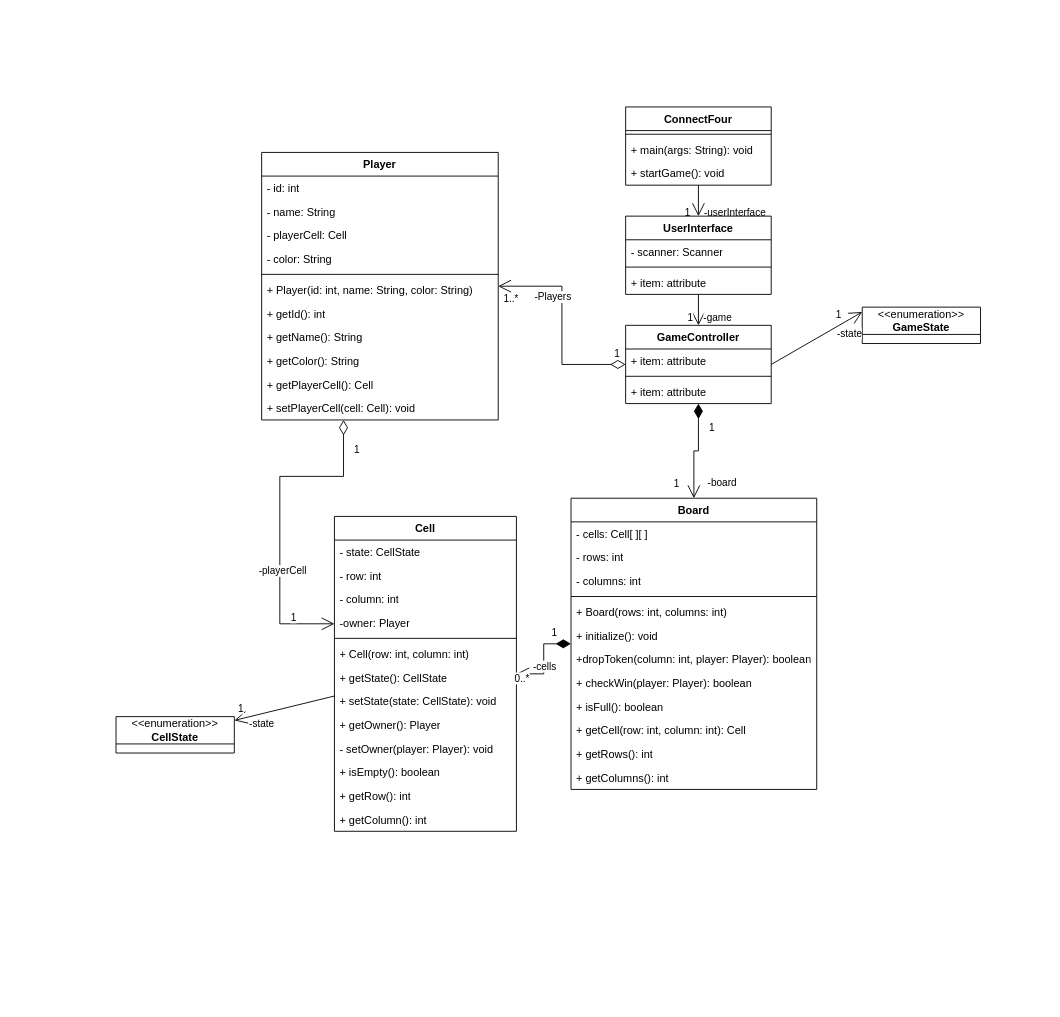
Above: ClassDiagram.drawio in rootofpower/konceptmodel (draw.io), before the change. Source tidied: cells renumbered, new cells numbered last; positions are measured from the earlier drawing's top-left corner, leaving out a move shared by most shapes. Both pictures are drawn from the tidied source at 91%, with x=0, y=0 at pixel (116, 106).
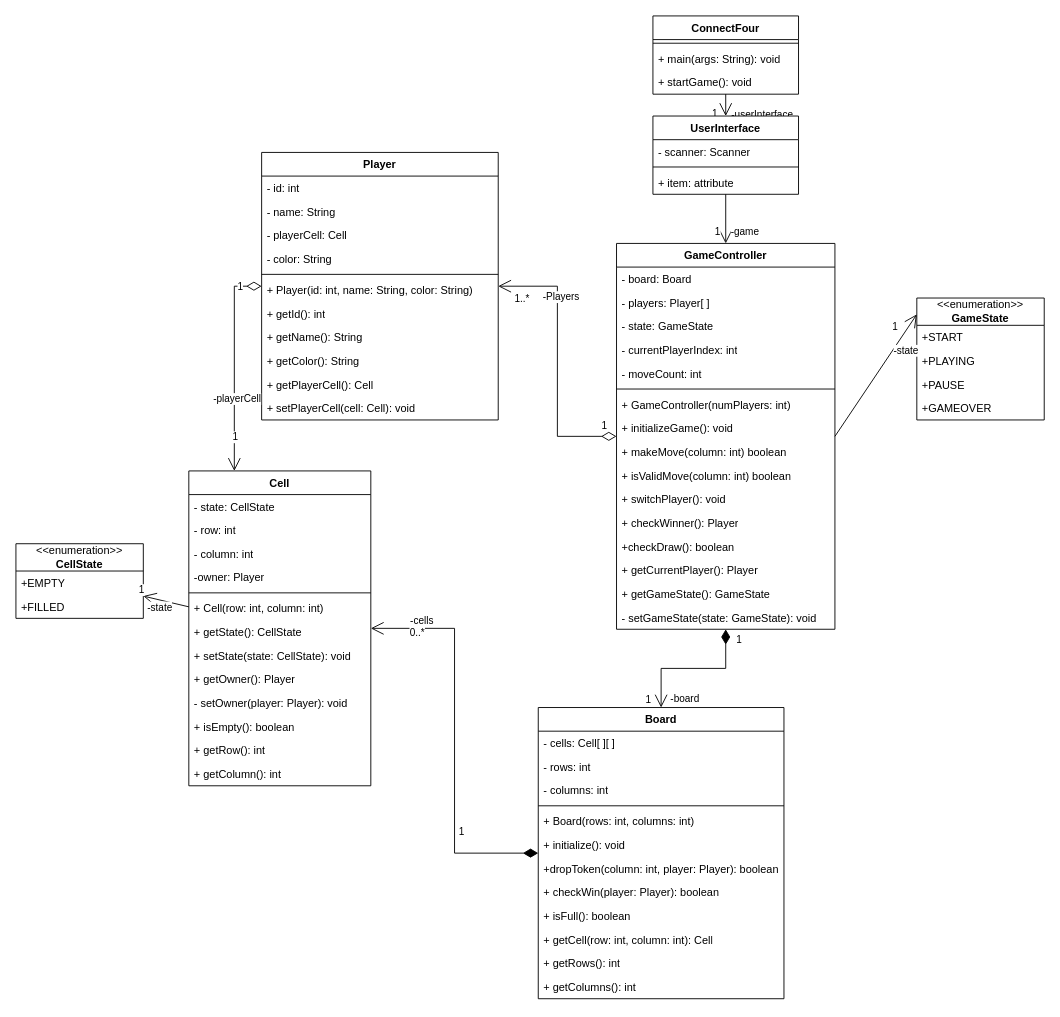
The same diagram, later.

Unchanged cells that the change refers to:
```xml
<mxCell id="33" value="Player" style="swimlane;fontStyle=1;align=center;verticalAlign=top;horizontal=1;startSize=26;whiteSpace=wrap;html=1;" parent="1" vertex="1">
  <mxGeometry x="160" y="50" width="260" height="294" as="geometry" />
</mxCell>
```

Diff of the diagram source:
```diff
@@
     <mxCell id="2" value="ConnectFour" style="swimlane;fontStyle=1;align=center;verticalAlign=top;horizontal=1;startSize=26;whiteSpace=wrap;html=1;" parent="1" vertex="1">
-      <mxGeometry x="560" width="160" height="86" as="geometry" />
+      <mxGeometry x="590" y="-100" width="160" height="86" as="geometry" />
     </mxCell>
@@
     <mxCell id="9" value="UserInterface" style="swimlane;fontStyle=1;align=center;verticalAlign=top;horizontal=1;startSize=26;whiteSpace=wrap;html=1;" parent="1" vertex="1">
-      <mxGeometry x="560" y="120" width="160" height="86" as="geometry" />
+      <mxGeometry x="590" y="10" width="160" height="86" as="geometry" />
     </mxCell>
@@
     <mxCell id="13" value="GameController" style="swimlane;fontStyle=1;align=center;verticalAlign=top;horizontal=1;startSize=26;whiteSpace=wrap;html=1;" parent="1" vertex="1">
-      <mxGeometry x="560" y="240" width="160" height="86" as="geometry" />
+      <mxGeometry x="550" y="150" width="240" height="424" as="geometry" />
     </mxCell>
-    <mxCell id="14" value="+ item: attribute" style="text;strokeColor=none;fillColor=none;align=left;verticalAlign=top;spacingLeft=4;spacingRight=4;overflow=hidden;whiteSpace=wrap;html=1;" parent="13" vertex="1">
-      <mxGeometry y="26" width="160" height="26" as="geometry" />
+    <mxCell id="14" value="- board: Board" style="text;strokeColor=none;fillColor=none;align=left;verticalAlign=top;spacingLeft=4;spacingRight=4;overflow=hidden;whiteSpace=wrap;html=1;" parent="13" vertex="1">
+      <mxGeometry y="26" width="240" height="26" as="geometry" />
     </mxCell>
+    <mxCell id="79" value="- players: Player[ ]" style="text;strokeColor=none;fillColor=none;align=left;verticalAlign=top;spacingLeft=4;spacingRight=4;overflow=hidden;whiteSpace=wrap;html=1;" parent="13" vertex="1">
+      <mxGeometry y="52" width="240" height="26" as="geometry" />
+    </mxCell>
+    <mxCell id="80" value="- state: GameState" style="text;strokeColor=none;fillColor=none;align=left;verticalAlign=top;spacingLeft=4;spacingRight=4;overflow=hidden;whiteSpace=wrap;html=1;" parent="13" vertex="1">
+      <mxGeometry y="78" width="240" height="26" as="geometry" />
+    </mxCell>
+    <mxCell id="81" value="- currentPlayerIndex: int" style="text;strokeColor=none;fillColor=none;align=left;verticalAlign=top;spacingLeft=4;spacingRight=4;overflow=hidden;whiteSpace=wrap;html=1;" parent="13" vertex="1">
+      <mxGeometry y="104" width="240" height="26" as="geometry" />
+    </mxCell>
+    <mxCell id="82" value="- moveCount: int" style="text;strokeColor=none;fillColor=none;align=left;verticalAlign=top;spacingLeft=4;spacingRight=4;overflow=hidden;whiteSpace=wrap;html=1;" parent="13" vertex="1">
+      <mxGeometry y="130" width="240" height="26" as="geometry" />
+    </mxCell>
     <mxCell id="15" style="line;strokeWidth=1;fillColor=none;align=left;verticalAlign=middle;spacingTop=-1;spacingLeft=3;spacingRight=3;labelPosition=right;strokeColor=inherit;" parent="13" vertex="1">
-      <mxGeometry y="52" width="160" height="8" as="geometry" />
+      <mxGeometry y="156" width="240" height="8" as="geometry" />
     </mxCell>
-    <mxCell id="16" value="+ item: attribute" style="text;strokeColor=none;fillColor=none;align=left;verticalAlign=top;spacingLeft=4;spacingRight=4;overflow=hidden;whiteSpace=wrap;html=1;" parent="13" vertex="1">
-      <mxGeometry y="60" width="160" height="26" as="geometry" />
+    <mxCell id="16" value="+ GameController(numPlayers: int)" style="text;strokeColor=none;fillColor=none;align=left;verticalAlign=top;spacingLeft=4;spacingRight=4;overflow=hidden;whiteSpace=wrap;html=1;" parent="13" vertex="1">
+      <mxGeometry y="164" width="240" height="26" as="geometry" />
     </mxCell>
+    <mxCell id="83" value="+ initializeGame(): void" style="text;strokeColor=none;fillColor=none;align=left;verticalAlign=top;spacingLeft=4;spacingRight=4;overflow=hidden;whiteSpace=wrap;html=1;" parent="13" vertex="1">
+      <mxGeometry y="190" width="240" height="26" as="geometry" />
+    </mxCell>
+    <mxCell id="84" value="+ makeMove(column: int) boolean" style="text;strokeColor=none;fillColor=none;align=left;verticalAlign=top;spacingLeft=4;spacingRight=4;overflow=hidden;whiteSpace=wrap;html=1;" parent="13" vertex="1">
+      <mxGeometry y="216" width="240" height="26" as="geometry" />
+    </mxCell>
+    <mxCell id="85" value="+ isValidMove(column: int) boolean" style="text;strokeColor=none;fillColor=none;align=left;verticalAlign=top;spacingLeft=4;spacingRight=4;overflow=hidden;whiteSpace=wrap;html=1;" parent="13" vertex="1">
+      <mxGeometry y="242" width="240" height="26" as="geometry" />
+    </mxCell>
+    <mxCell id="86" value="+ switchPlayer(): void" style="text;strokeColor=none;fillColor=none;align=left;verticalAlign=top;spacingLeft=4;spacingRight=4;overflow=hidden;whiteSpace=wrap;html=1;" parent="13" vertex="1">
+      <mxGeometry y="268" width="240" height="26" as="geometry" />
+    </mxCell>
+    <mxCell id="87" value="+ checkWinner(): Player" style="text;strokeColor=none;fillColor=none;align=left;verticalAlign=top;spacingLeft=4;spacingRight=4;overflow=hidden;whiteSpace=wrap;html=1;" parent="13" vertex="1">
+      <mxGeometry y="294" width="240" height="26" as="geometry" />
+    </mxCell>
+    <mxCell id="88" value="+checkDraw(): boolean" style="text;strokeColor=none;fillColor=none;align=left;verticalAlign=top;spacingLeft=4;spacingRight=4;overflow=hidden;whiteSpace=wrap;html=1;" parent="13" vertex="1">
+      <mxGeometry y="320" width="240" height="26" as="geometry" />
+    </mxCell>
+    <mxCell id="89" value="+ getCurrentPlayer(): Player" style="text;strokeColor=none;fillColor=none;align=left;verticalAlign=top;spacingLeft=4;spacingRight=4;overflow=hidden;whiteSpace=wrap;html=1;" parent="13" vertex="1">
+      <mxGeometry y="346" width="240" height="26" as="geometry" />
+    </mxCell>
+    <mxCell id="90" value="+ getGameState(): GameState" style="text;strokeColor=none;fillColor=none;align=left;verticalAlign=top;spacingLeft=4;spacingRight=4;overflow=hidden;whiteSpace=wrap;html=1;" parent="13" vertex="1">
+      <mxGeometry y="372" width="240" height="26" as="geometry" />
+    </mxCell>
+    <mxCell id="91" value="- setGameState(state: GameState): void" style="text;strokeColor=none;fillColor=none;align=left;verticalAlign=top;spacingLeft=4;spacingRight=4;overflow=hidden;whiteSpace=wrap;html=1;" parent="13" vertex="1">
+      <mxGeometry y="398" width="240" height="26" as="geometry" />
+    </mxCell>
@@
     <mxCell id="20" value="Board" style="swimlane;fontStyle=1;align=center;verticalAlign=top;horizontal=1;startSize=26;whiteSpace=wrap;html=1;" parent="1" vertex="1">
-      <mxGeometry x="500" y="430" width="270" height="320" as="geometry" />
+      <mxGeometry x="464" y="660" width="270" height="320" as="geometry" />
     </mxCell>
@@
-    <mxCell id="45" value="&amp;lt;&amp;lt;enumeration&amp;gt;&amp;gt;&lt;br&gt;&lt;b&gt;GameState&lt;/b&gt;" style="swimlane;fontStyle=0;horizontal=1;startSize=30;fillColor=none;whiteSpace=wrap;html=1;" parent="1" vertex="1" collapsed="1">
-      <mxGeometry x="820" y="220" width="130" height="40" as="geometry" />
+    <mxCell id="45" value="&amp;lt;&amp;lt;enumeration&amp;gt;&amp;gt;&lt;br&gt;&lt;b&gt;GameState&lt;/b&gt;" style="swimlane;fontStyle=0;horizontal=1;startSize=30;fillColor=none;whiteSpace=wrap;html=1;" parent="1" vertex="1">
+      <mxGeometry x="880" y="210" width="140" height="134" as="geometry" />
     </mxCell>
+    <mxCell id="92" value="+START" style="text;strokeColor=none;fillColor=none;align=left;verticalAlign=top;spacingLeft=4;spacingRight=4;overflow=hidden;whiteSpace=wrap;html=1;" parent="45" vertex="1">
+      <mxGeometry y="30" width="140" height="26" as="geometry" />
+    </mxCell>
+    <mxCell id="93" value="+PLAYING" style="text;strokeColor=none;fillColor=none;align=left;verticalAlign=top;spacingLeft=4;spacingRight=4;overflow=hidden;whiteSpace=wrap;html=1;" parent="45" vertex="1">
+      <mxGeometry y="56" width="140" height="26" as="geometry" />
+    </mxCell>
+    <mxCell id="94" value="+PAUSE" style="text;strokeColor=none;fillColor=none;align=left;verticalAlign=top;spacingLeft=4;spacingRight=4;overflow=hidden;whiteSpace=wrap;html=1;" parent="45" vertex="1">
+      <mxGeometry y="82" width="140" height="26" as="geometry" />
+    </mxCell>
+    <mxCell id="95" value="+GAMEOVER" style="text;strokeColor=none;fillColor=none;align=left;verticalAlign=top;spacingLeft=4;spacingRight=4;overflow=hidden;whiteSpace=wrap;html=1;" parent="45" vertex="1">
+      <mxGeometry y="108" width="140" height="26" as="geometry" />
+    </mxCell>
@@
     <mxCell id="49" value="Cell" style="swimlane;fontStyle=1;align=center;verticalAlign=top;horizontal=1;startSize=26;whiteSpace=wrap;html=1;" parent="1" vertex="1">
-      <mxGeometry x="240" y="450" width="200" height="346" as="geometry" />
+      <mxGeometry x="80" y="400" width="200" height="346" as="geometry" />
     </mxCell>
@@
-    <mxCell id="66" value="&amp;lt;&amp;lt;enumeration&amp;gt;&amp;gt;&lt;br&gt;&lt;b&gt;CellState&lt;/b&gt;" style="swimlane;fontStyle=0;horizontal=1;startSize=30;fillColor=none;whiteSpace=wrap;html=1;" parent="1" vertex="1" collapsed="1">
-      <mxGeometry y="670" width="130" height="40" as="geometry" />
+    <mxCell id="66" value="&amp;lt;&amp;lt;enumeration&amp;gt;&amp;gt;&lt;br&gt;&lt;b&gt;CellState&lt;/b&gt;" style="swimlane;fontStyle=0;horizontal=1;startSize=30;fillColor=none;whiteSpace=wrap;html=1;" parent="1" vertex="1">
+      <mxGeometry x="-110" y="480" width="140" height="82" as="geometry" />
     </mxCell>
+    <mxCell id="96" value="+EMPTY" style="text;strokeColor=none;fillColor=none;align=left;verticalAlign=top;spacingLeft=4;spacingRight=4;overflow=hidden;whiteSpace=wrap;html=1;" parent="66" vertex="1">
+      <mxGeometry y="30" width="140" height="26" as="geometry" />
+    </mxCell>
+    <mxCell id="97" value="+FILLED" style="text;strokeColor=none;fillColor=none;align=left;verticalAlign=top;spacingLeft=4;spacingRight=4;overflow=hidden;whiteSpace=wrap;html=1;" parent="66" vertex="1">
+      <mxGeometry y="56" width="140" height="26" as="geometry" />
+    </mxCell>
@@
     <mxCell id="70" value="1" style="endArrow=open;html=1;endSize=12;startArrow=diamondThin;startSize=14;startFill=0;edgeStyle=orthogonalEdgeStyle;align=left;verticalAlign=bottom;rounded=0;" parent="1" edge="1" source="33" target="49">
       <mxGeometry x="-0.76" y="10" relative="1" as="geometry">
         <Array as="points">
-          <mxPoint x="250" y="406" />
-          <mxPoint x="180" y="406" />
-          <mxPoint x="180" y="568" />
+          <mxPoint x="130" y="197" />
+          <mxPoint x="130" y="568" />
         </Array>
       </mxGeometry>
     </mxCell>
@@
     <mxCell id="76" value="1" style="endArrow=open;html=1;endSize=12;startArrow=diamondThin;startSize=14;startFill=1;edgeStyle=orthogonalEdgeStyle;align=left;verticalAlign=bottom;rounded=0;" parent="1" edge="1" source="13" target="20">
-      <mxGeometry x="-0.34" y="10" relative="1" as="geometry" />
+      <mxGeometry x="-0.73" y="10" relative="1" as="geometry" />
     </mxCell>
     <mxCell id="77" value="1" style="edgeLabel;html=1;align=center;verticalAlign=middle;" parent="76" vertex="1">
       <mxGeometry x="0.69" y="-1" relative="1" as="geometry">
-        <mxPoint x="-19" as="offset" />
+        <mxPoint x="-14" y="15" as="offset" />
       </mxGeometry>
     </mxCell>
     <mxCell id="78" value="-board" style="edgeLabel;html=1;align=center;verticalAlign=middle;" parent="76" vertex="1">
       <mxGeometry x="0.7" y="-5" relative="1" as="geometry">
-        <mxPoint x="35" y="-2" as="offset" />
+        <mxPoint x="30" y="13" as="offset" />
       </mxGeometry>
     </mxCell>
```
